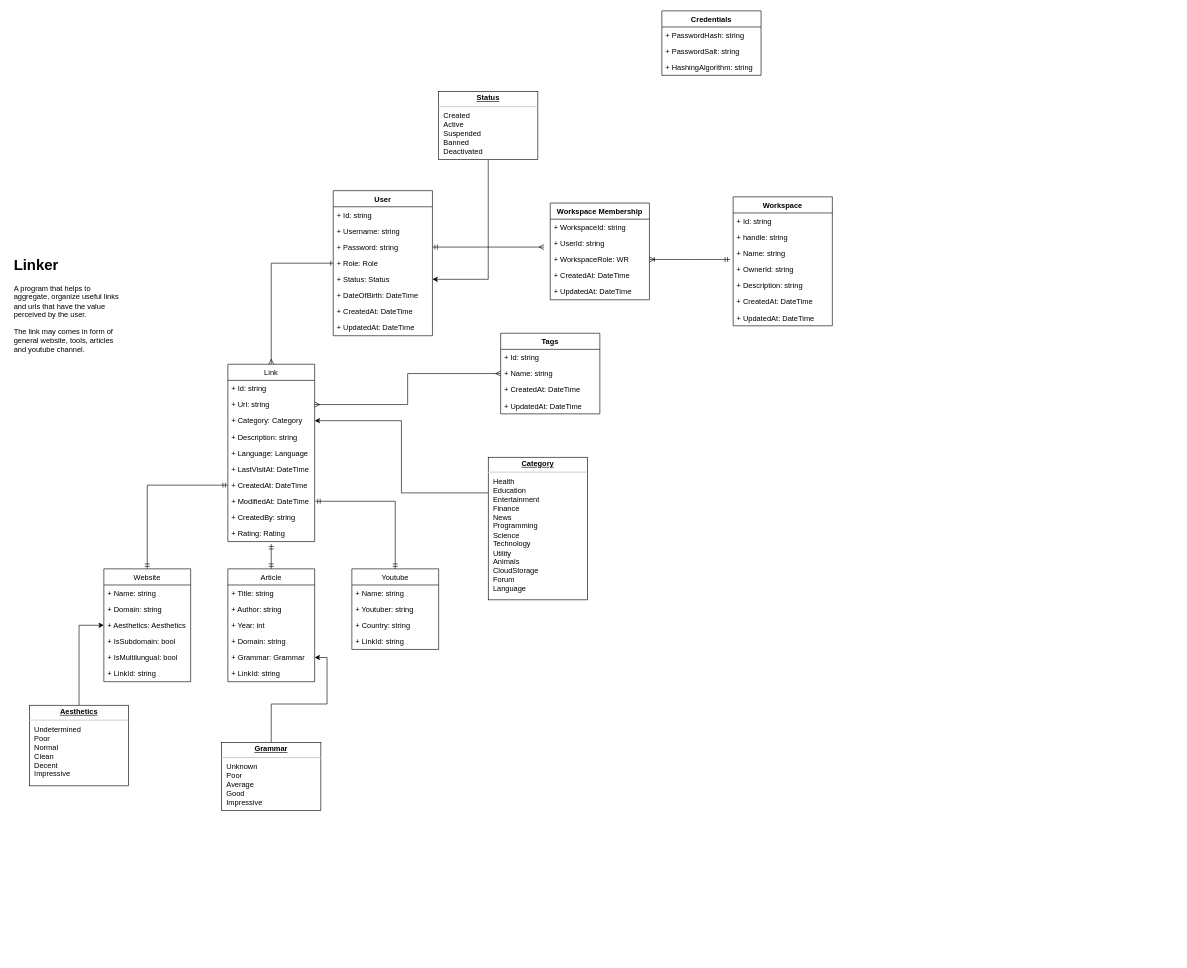
Earlier version of the draw.io diagram page "Class Diagram" (1 of 4) of docs/Linker.drawio (data-miner00/Linker). Source tidied: cells renumbered, new cells numbered last; positions are measured from the earlier drawing's top-left corner, leaving out a move shared by most shapes. Both pictures are drawn from the tidied source at 62%, with x=0, y=0 at pixel (11, 11).
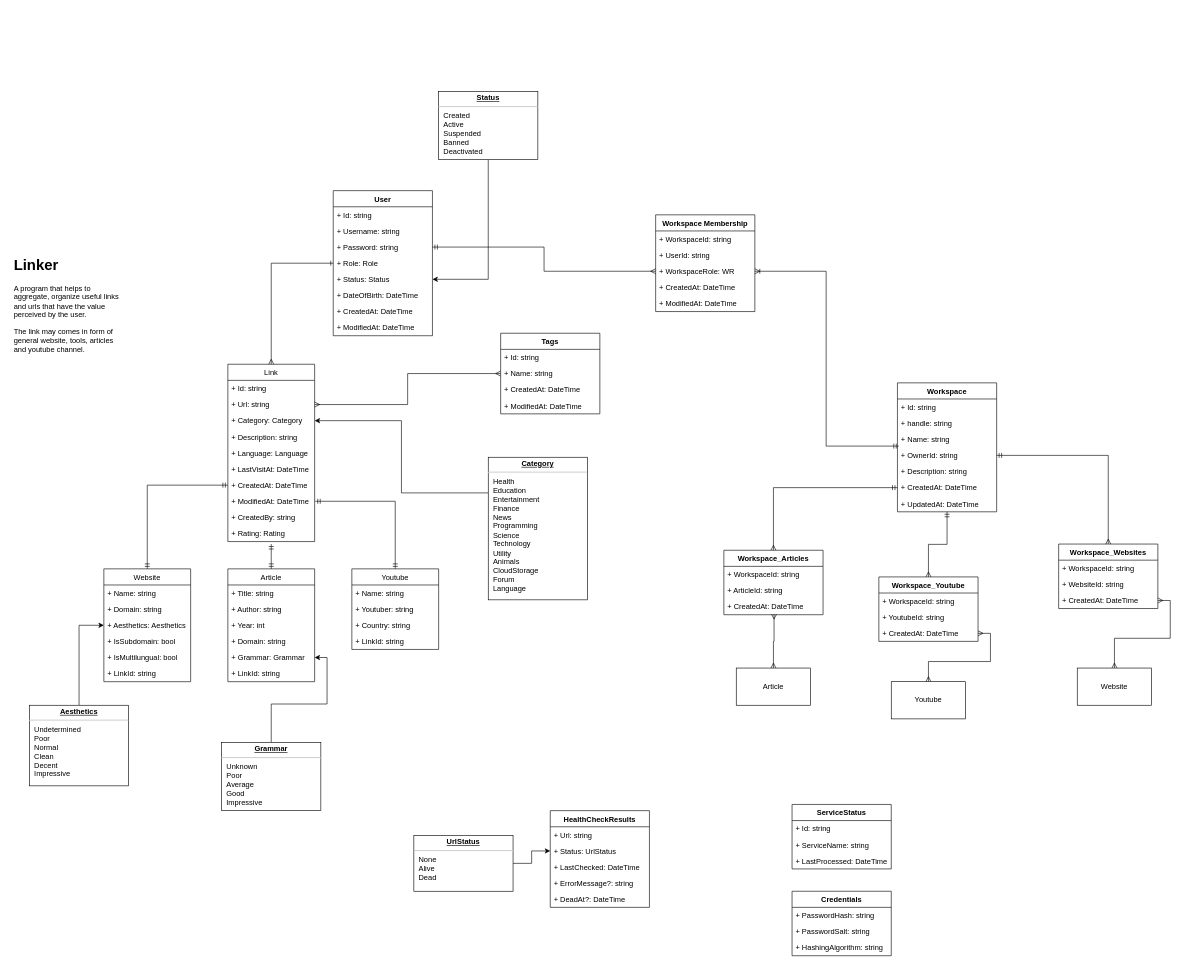
The same diagram, later.

Commit message:
docs: Update class diagram

The change refers to these unchanged cells:
```xml
<mxCell id="42" value="User" style="swimlane;fontStyle=1;align=center;verticalAlign=top;horizontal=1;startSize=26;" parent="1" vertex="1">
  <mxGeometry x="520" y="290" width="160" height="234" as="geometry" />
</mxCell>
<mxCell id="46" value="+ Password: string" style="text;strokeColor=none;fillColor=none;align=left;verticalAlign=top;spacingLeft=4;spacingRight=4;overflow=hidden;points=[[0,0.5],[1,0.5]];portConstraint=eastwest;" parent="42" vertex="1">
  <mxGeometry y="78" width="160" height="26" as="geometry" />
</mxCell>
<mxCell id="52" value="Tags" style="swimlane;fontStyle=1;align=center;verticalAlign=top;horizontal=1;startSize=26;" parent="1" vertex="1">
  <mxGeometry x="790" y="520" width="160" height="130" as="geometry" />
</mxCell>
<mxCell id="68" value="+ Name: string" style="text;strokeColor=none;fillColor=none;align=left;verticalAlign=top;spacingLeft=4;spacingRight=4;overflow=hidden;points=[[0,0.5],[1,0.5]];portConstraint=eastwest;" parent="65" vertex="1">
  <mxGeometry y="78" width="160" height="26" as="geometry" />
</mxCell>
<mxCell id="69" value="+ OwnerId: string" style="text;strokeColor=none;fillColor=none;align=left;verticalAlign=top;spacingLeft=4;spacingRight=4;overflow=hidden;points=[[0,0.5],[1,0.5]];portConstraint=eastwest;" parent="65" vertex="1">
  <mxGeometry y="104" width="160" height="26" as="geometry" />
</mxCell>
<mxCell id="71" value="+ CreatedAt: DateTime" style="text;strokeColor=none;fillColor=none;align=left;verticalAlign=top;spacingLeft=4;spacingRight=4;overflow=hidden;points=[[0,0.5],[1,0.5]];portConstraint=eastwest;" parent="65" vertex="1">
  <mxGeometry y="156" width="160" height="26" as="geometry" />
</mxCell>
<mxCell id="77" value="+ WorkspaceRole: WR" style="text;strokeColor=none;fillColor=none;align=left;verticalAlign=top;spacingLeft=4;spacingRight=4;overflow=hidden;points=[[0,0.5],[1,0.5]];portConstraint=eastwest;" parent="73" vertex="1">
  <mxGeometry y="78" width="160" height="26" as="geometry" />
</mxCell>
```

Change to the diagram source:
```diff
@@
-    <mxCell id="45" style="edgeStyle=orthogonalEdgeStyle;rounded=0;jettySize=auto;html=1;endArrow=ERmany;endFill=0;startArrow=ERmandOne;startFill=0;" parent="42" edge="1" source="46">
-      <mxGeometry relative="1" as="geometry">
-        <mxPoint x="340" y="91" as="targetPoint" />
-      </mxGeometry>
-    </mxCell>
@@
-    <mxCell id="51" value="+ UpdatedAt: DateTime" style="text;strokeColor=none;fillColor=none;align=left;verticalAlign=top;spacingLeft=4;spacingRight=4;overflow=hidden;" parent="42" vertex="1">
+    <mxCell id="51" value="+ ModifiedAt: DateTime" style="text;strokeColor=none;fillColor=none;align=left;verticalAlign=top;spacingLeft=4;spacingRight=4;overflow=hidden;" parent="42" vertex="1">
       <mxGeometry y="208" width="160" height="26" as="geometry" />
     </mxCell>
@@
-    <mxCell id="56" value="+ UpdatedAt: DateTime" style="text;strokeColor=none;fillColor=none;align=left;verticalAlign=top;spacingLeft=4;spacingRight=4;overflow=hidden;" parent="52" vertex="1">
+    <mxCell id="56" value="+ ModifiedAt: DateTime" style="text;strokeColor=none;fillColor=none;align=left;verticalAlign=top;spacingLeft=4;spacingRight=4;overflow=hidden;" parent="52" vertex="1">
       <mxGeometry y="104" width="160" height="26" as="geometry" />
     </mxCell>
@@
     <mxCell id="61" value="Credentials" style="swimlane;fontStyle=1;align=center;verticalAlign=top;horizontal=1;startSize=26;" parent="1" vertex="1">
-      <mxGeometry x="1050" width="160" height="104" as="geometry" />
+      <mxGeometry x="1260" y="1420" width="160" height="104" as="geometry" />
     </mxCell>
@@
+    <mxCell id="80" style="edgeStyle=orthogonalEdgeStyle;rounded=0;jettySize=auto;html=1;entryX=0.5;entryY=0;entryDx=0;entryDy=0;endArrow=ERmany;endFill=0;startArrow=ERmandOne;startFill=0;" parent="1" edge="1" source="65" target="101">
+      <mxGeometry relative="1" as="geometry" />
+    </mxCell>
     <mxCell id="65" value="Workspace" style="swimlane;fontStyle=1;align=center;verticalAlign=top;horizontal=1;startSize=26;" parent="1" vertex="1">
-      <mxGeometry x="1165" y="300" width="160" height="208" as="geometry" />
+      <mxGeometry x="1430" y="600" width="160" height="208" as="geometry" />
     </mxCell>
@@
     <mxCell id="73" value="Workspace Membership" style="swimlane;fontStyle=1;align=center;verticalAlign=top;horizontal=1;startSize=26;" parent="1" vertex="1">
-      <mxGeometry x="870" y="310" width="160" height="156" as="geometry" />
+      <mxGeometry x="1040" y="329" width="160" height="156" as="geometry" />
     </mxCell>
@@
-    <mxCell id="76" style="edgeStyle=orthogonalEdgeStyle;rounded=0;jettySize=auto;html=1;endArrow=ERmandOne;endFill=0;startArrow=ERoneToMany;startFill=0;" parent="73" edge="1" source="77">
-      <mxGeometry relative="1" as="geometry">
-        <mxPoint x="290" y="91" as="targetPoint" />
-      </mxGeometry>
-    </mxCell>
@@
-    <mxCell id="79" value="+ UpdatedAt: DateTime" style="text;strokeColor=none;fillColor=none;align=left;verticalAlign=top;spacingLeft=4;spacingRight=4;overflow=hidden;" parent="73" vertex="1">
+    <mxCell id="79" value="+ ModifiedAt: DateTime" style="text;strokeColor=none;fillColor=none;align=left;verticalAlign=top;spacingLeft=4;spacingRight=4;overflow=hidden;" parent="73" vertex="1">
       <mxGeometry y="130" width="160" height="26" as="geometry" />
     </mxCell>
+    <mxCell id="81" value="HealthCheckResults" style="swimlane;fontStyle=1;align=center;verticalAlign=top;horizontal=1;startSize=26;" parent="1" vertex="1">
+      <mxGeometry x="870" y="1290" width="160" height="156" as="geometry" />
+    </mxCell>
+    <mxCell id="82" value="+ Url: string" style="text;strokeColor=none;fillColor=none;align=left;verticalAlign=top;spacingLeft=4;spacingRight=4;overflow=hidden;" parent="81" vertex="1">
+      <mxGeometry y="26" width="160" height="26" as="geometry" />
+    </mxCell>
+    <mxCell id="83" value="+ Status: UrlStatus" style="text;strokeColor=none;fillColor=none;align=left;verticalAlign=top;spacingLeft=4;spacingRight=4;overflow=hidden;points=[[0,0.5],[1,0.5]];portConstraint=eastwest;" parent="81" vertex="1">
+      <mxGeometry y="52" width="160" height="26" as="geometry" />
+    </mxCell>
+    <mxCell id="84" value="+ LastChecked: DateTime" style="text;strokeColor=none;fillColor=none;align=left;verticalAlign=top;spacingLeft=4;spacingRight=4;overflow=hidden;" parent="81" vertex="1">
+      <mxGeometry y="78" width="160" height="26" as="geometry" />
+    </mxCell>
+    <mxCell id="85" value="+ ErrorMessage?: string" style="text;strokeColor=none;fillColor=none;align=left;verticalAlign=top;spacingLeft=4;spacingRight=4;overflow=hidden;" parent="81" vertex="1">
+      <mxGeometry y="104" width="160" height="26" as="geometry" />
+    </mxCell>
+    <mxCell id="86" value="+ DeadAt?: DateTime" style="text;strokeColor=none;fillColor=none;align=left;verticalAlign=top;spacingLeft=4;spacingRight=4;overflow=hidden;" parent="81" vertex="1">
+      <mxGeometry y="130" width="160" height="26" as="geometry" />
+    </mxCell>
+    <mxCell id="76" style="edgeStyle=orthogonalEdgeStyle;rounded=0;jettySize=auto;html=1;endArrow=ERmandOne;endFill=0;startArrow=ERoneToMany;startFill=0;entryX=0.013;entryY=0.923;entryDx=0;entryDy=0;entryPerimeter=0;" parent="1" edge="1" source="77" target="68">
+      <mxGeometry relative="1" as="geometry" />
+    </mxCell>
+    <mxCell id="45" style="edgeStyle=orthogonalEdgeStyle;rounded=0;jettySize=auto;html=1;endArrow=ERmany;endFill=0;startArrow=ERmandOne;startFill=0;entryX=0;entryY=0.5;entryDx=0;entryDy=0;" parent="1" edge="1" source="46" target="77">
+      <mxGeometry relative="1" as="geometry" />
+    </mxCell>
+    <mxCell id="87" value="ServiceStatus" style="swimlane;fontStyle=1;align=center;verticalAlign=top;horizontal=1;startSize=26;" parent="1" vertex="1">
+      <mxGeometry x="1260" y="1280" width="160" height="104" as="geometry" />
+    </mxCell>
+    <mxCell id="88" value="+ Id: string" style="text;strokeColor=none;fillColor=none;align=left;verticalAlign=top;spacingLeft=4;spacingRight=4;overflow=hidden;" parent="87" vertex="1">
+      <mxGeometry y="26" width="160" height="26" as="geometry" />
+    </mxCell>
+    <mxCell id="89" value="+ ServiceName: string" style="text;strokeColor=none;fillColor=none;align=left;verticalAlign=top;spacingLeft=4;spacingRight=4;overflow=hidden;" parent="87" vertex="1">
+      <mxGeometry y="52" width="160" height="26" as="geometry" />
+    </mxCell>
+    <mxCell id="90" value="+ LastProcessed: DateTime" style="text;strokeColor=none;fillColor=none;align=left;verticalAlign=top;spacingLeft=4;spacingRight=4;overflow=hidden;" parent="87" vertex="1">
+      <mxGeometry y="78" width="160" height="26" as="geometry" />
+    </mxCell>
+    <mxCell id="91" style="edgeStyle=orthogonalEdgeStyle;rounded=0;jettySize=auto;html=1;" parent="1" edge="1" source="92" target="83">
+      <mxGeometry relative="1" as="geometry" />
+    </mxCell>
+    <mxCell id="92" value="&lt;p style=&quot;margin:0px;margin-top:4px;text-align:center;text-decoration:underline;&quot;&gt;&lt;b&gt;UrlStatus&lt;/b&gt;&lt;/p&gt;&lt;hr&gt;&lt;p style=&quot;margin:0px;margin-left:8px;&quot;&gt;None&lt;/p&gt;&lt;p style=&quot;margin:0px;margin-left:8px;&quot;&gt;Alive&lt;/p&gt;&lt;p style=&quot;margin:0px;margin-left:8px;&quot;&gt;Dead&lt;/p&gt;" style="verticalAlign=top;align=left;overflow=fill;fontSize=12;fontFamily=Helvetica;html=1;" parent="1" vertex="1">
+      <mxGeometry x="650" y="1330" width="160" height="90" as="geometry" />
+    </mxCell>
+    <mxCell id="93" value="Workspace_Articles" style="swimlane;fontStyle=1;align=center;verticalAlign=top;horizontal=1;startSize=26;" parent="1" vertex="1">
+      <mxGeometry x="1150" y="870" width="160" height="104" as="geometry" />
+    </mxCell>
+    <mxCell id="94" value="+ WorkspaceId: string" style="text;strokeColor=none;fillColor=none;align=left;verticalAlign=top;spacingLeft=4;spacingRight=4;overflow=hidden;" parent="93" vertex="1">
+      <mxGeometry y="26" width="160" height="26" as="geometry" />
+    </mxCell>
+    <mxCell id="95" value="+ ArticleId: string" style="text;strokeColor=none;fillColor=none;align=left;verticalAlign=top;spacingLeft=4;spacingRight=4;overflow=hidden;" parent="93" vertex="1">
+      <mxGeometry y="52" width="160" height="26" as="geometry" />
+    </mxCell>
+    <mxCell id="96" value="+ CreatedAt: DateTime" style="text;strokeColor=none;fillColor=none;align=left;verticalAlign=top;spacingLeft=4;spacingRight=4;overflow=hidden;points=[[0,0.5],[1,0.5]];portConstraint=eastwest;" parent="93" vertex="1">
+      <mxGeometry y="78" width="160" height="26" as="geometry" />
+    </mxCell>
+    <mxCell id="97" value="Workspace_Websites" style="swimlane;fontStyle=1;align=center;verticalAlign=top;horizontal=1;startSize=26;" parent="1" vertex="1">
+      <mxGeometry x="1690" y="860" width="160" height="104" as="geometry" />
+    </mxCell>
+    <mxCell id="98" value="+ WorkspaceId: string" style="text;strokeColor=none;fillColor=none;align=left;verticalAlign=top;spacingLeft=4;spacingRight=4;overflow=hidden;" parent="97" vertex="1">
+      <mxGeometry y="26" width="160" height="26" as="geometry" />
+    </mxCell>
+    <mxCell id="99" value="+ WebsiteId: string" style="text;strokeColor=none;fillColor=none;align=left;verticalAlign=top;spacingLeft=4;spacingRight=4;overflow=hidden;" parent="97" vertex="1">
+      <mxGeometry y="52" width="160" height="26" as="geometry" />
+    </mxCell>
+    <mxCell id="100" value="+ CreatedAt: DateTime" style="text;strokeColor=none;fillColor=none;align=left;verticalAlign=top;spacingLeft=4;spacingRight=4;overflow=hidden;points=[[0,0.5],[1,0.5]];portConstraint=eastwest;" parent="97" vertex="1">
+      <mxGeometry y="78" width="160" height="26" as="geometry" />
+    </mxCell>
+    <mxCell id="101" value="Workspace_Youtube" style="swimlane;fontStyle=1;align=center;verticalAlign=top;horizontal=1;startSize=26;" parent="1" vertex="1">
+      <mxGeometry x="1400" y="913" width="160" height="104" as="geometry" />
+    </mxCell>
+    <mxCell id="102" value="+ WorkspaceId: string" style="text;strokeColor=none;fillColor=none;align=left;verticalAlign=top;spacingLeft=4;spacingRight=4;overflow=hidden;" parent="101" vertex="1">
+      <mxGeometry y="26" width="160" height="26" as="geometry" />
+    </mxCell>
+    <mxCell id="103" value="+ YoutubeId: string" style="text;strokeColor=none;fillColor=none;align=left;verticalAlign=top;spacingLeft=4;spacingRight=4;overflow=hidden;" parent="101" vertex="1">
+      <mxGeometry y="52" width="160" height="26" as="geometry" />
+    </mxCell>
+    <mxCell id="104" value="+ CreatedAt: DateTime" style="text;strokeColor=none;fillColor=none;align=left;verticalAlign=top;spacingLeft=4;spacingRight=4;overflow=hidden;points=[[0,0.5],[1,0.5]];portConstraint=eastwest;" parent="101" vertex="1">
+      <mxGeometry y="78" width="160" height="26" as="geometry" />
+    </mxCell>
+    <mxCell id="105" style="edgeStyle=orthogonalEdgeStyle;rounded=0;jettySize=auto;html=1;entryX=0.5;entryY=0;entryDx=0;entryDy=0;endArrow=ERmany;endFill=0;startArrow=ERmandOne;startFill=0;" parent="1" edge="1" source="71" target="93">
+      <mxGeometry relative="1" as="geometry" />
+    </mxCell>
+    <mxCell id="106" style="edgeStyle=orthogonalEdgeStyle;rounded=0;jettySize=auto;html=1;entryX=0.5;entryY=0;entryDx=0;entryDy=0;endArrow=ERmany;endFill=0;startArrow=ERmandOne;startFill=0;" parent="1" edge="1" source="69" target="97">
+      <mxGeometry relative="1" as="geometry" />
+    </mxCell>
+    <mxCell id="107" style="edgeStyle=orthogonalEdgeStyle;rounded=0;jettySize=auto;html=1;entryX=0.506;entryY=0.962;entryDx=0;entryDy=0;entryPerimeter=0;endArrow=ERmany;endFill=0;startArrow=ERmany;startFill=0;" parent="1" edge="1" source="108" target="96">
+      <mxGeometry relative="1" as="geometry" />
+    </mxCell>
+    <mxCell id="108" value="Article" style="rounded=0;whiteSpace=wrap;html=1;" parent="1" vertex="1">
+      <mxGeometry x="1170" y="1060" width="120" height="60" as="geometry" />
+    </mxCell>
+    <mxCell id="109" style="edgeStyle=orthogonalEdgeStyle;rounded=0;jettySize=auto;html=1;startArrow=ERmany;startFill=0;endArrow=ERmany;endFill=0;" parent="1" edge="1" source="110" target="104">
+      <mxGeometry relative="1" as="geometry" />
+    </mxCell>
+    <mxCell id="110" value="Youtube" style="rounded=0;whiteSpace=wrap;html=1;" parent="1" vertex="1">
+      <mxGeometry x="1420" y="1082" width="120" height="60" as="geometry" />
+    </mxCell>
+    <mxCell id="111" style="edgeStyle=orthogonalEdgeStyle;rounded=0;jettySize=auto;html=1;endArrow=ERmany;endFill=0;startArrow=ERmany;startFill=0;" parent="1" edge="1" source="112" target="100">
+      <mxGeometry relative="1" as="geometry" />
+    </mxCell>
+    <mxCell id="112" value="Website" style="rounded=0;whiteSpace=wrap;html=1;" parent="1" vertex="1">
+      <mxGeometry x="1720" y="1060" width="120" height="60" as="geometry" />
+    </mxCell>
```
